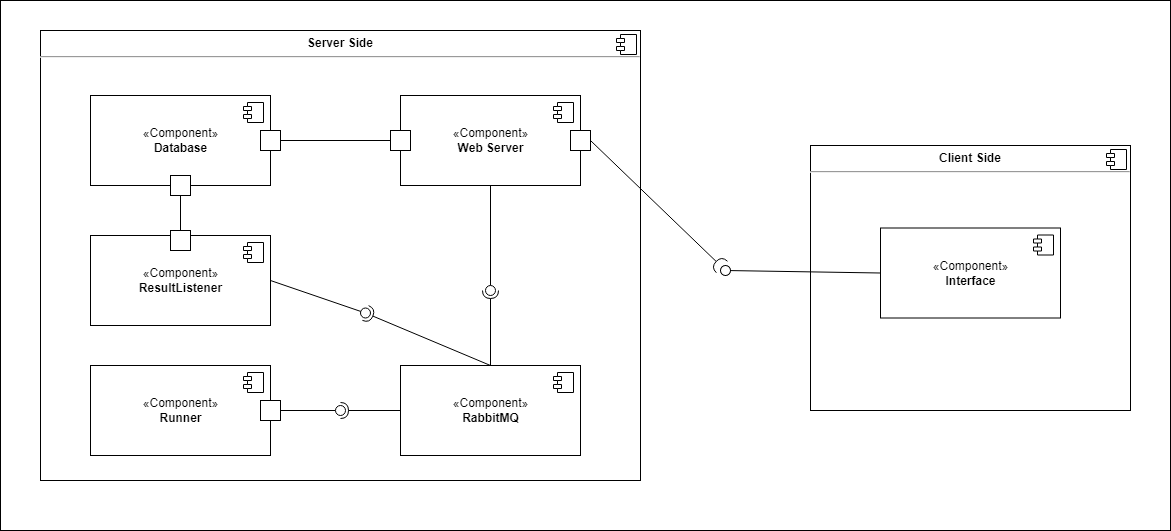
eshelukhina/HSE2022-MyHWProj keeps this draw.io diagram as resources/component.png. Above is the earlier version. Source tidied: cells renumbered, new cells last; positions are measured from the earlier drawing's top-left corner, leaving out a move shared by most shapes.
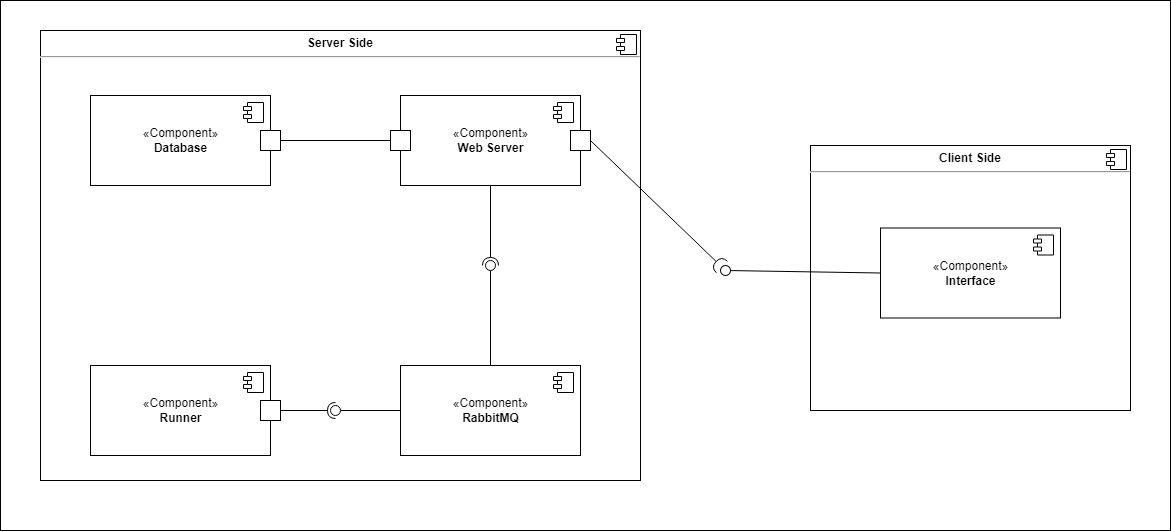
The same file after the commit.

Change to the diagram source:
```diff
@@ -82,60 +82,34 @@
       <mxGeometry x="390" y="130" width="20" height="20" as="geometry" />
     </mxCell>
     <mxCell id="23" style="rounded=0;whiteSpace=wrap;html=1;fontSize=12;" parent="1" vertex="1">
-      <mxGeometry x="170" y="175" width="20" height="20" as="geometry" />
+      <mxGeometry x="260" y="400" width="20" height="20" as="geometry" />
     </mxCell>
     <mxCell id="24" style="rounded=0;whiteSpace=wrap;html=1;fontSize=12;" parent="1" vertex="1">
-      <mxGeometry x="260" y="400" width="20" height="20" as="geometry" />
+      <mxGeometry x="260" y="130" width="20" height="20" as="geometry" />
     </mxCell>
     <mxCell id="25" style="rounded=0;whiteSpace=wrap;html=1;fontSize=12;" parent="1" vertex="1">
-      <mxGeometry x="260" y="130" width="20" height="20" as="geometry" />
+      <mxGeometry x="390" y="130" width="20" height="20" as="geometry" />
     </mxCell>
-    <mxCell id="26" style="rounded=0;whiteSpace=wrap;html=1;fontSize=12;" parent="1" vertex="1">
-      <mxGeometry x="390" y="130" width="20" height="20" as="geometry" />
+    <mxCell id="26" style="rounded=0;jettySize=auto;html=1;endArrow=none;endFill=0;sketch=0;sourcePerimeterSpacing=0;fontSize=12;exitX=1;exitY=0.5;exitDx=0;exitDy=0;entryX=0;entryY=0.5;entryDx=0;entryDy=0;" parent="1" edge="1" source="24" target="25">
+      <mxGeometry relative="1" as="geometry" />
     </mxCell>
-    <mxCell id="27" style="rounded=0;jettySize=auto;html=1;endArrow=none;endFill=0;sketch=0;sourcePerimeterSpacing=0;fontSize=12;exitX=1;exitY=0.5;exitDx=0;exitDy=0;entryX=0;entryY=0.5;entryDx=0;entryDy=0;" parent="1" edge="1" source="25" target="26">
+    <mxCell id="27" style="rounded=0;jettySize=auto;html=1;endArrow=none;endFill=0;sketch=0;sourcePerimeterSpacing=0;targetPerimeterSpacing=0;exitX=0.5;exitY=0;exitDx=0;exitDy=0;" parent="1" edge="1" source="13" target="29">
       <mxGeometry relative="1" as="geometry" />
     </mxCell>
-    <mxCell id="28" value="«Component»&lt;br&gt;&lt;b&gt;ResultListener&lt;/b&gt;" style="html=1;fontSize=12;" parent="1" vertex="1">
-      <mxGeometry x="90" y="235" width="180" height="90" as="geometry" />
+    <mxCell id="28" style="rounded=0;jettySize=auto;html=1;endArrow=halfCircle;endFill=0;entryX=0.5;entryY=0.5;endSize=6;strokeWidth=1;sketch=0;exitX=0.5;exitY=1;exitDx=0;exitDy=0;" parent="1" edge="1" source="17" target="29">
+      <mxGeometry relative="1" as="geometry" />
     </mxCell>
-    <mxCell id="29" style="shape=module;jettyWidth=8;jettyHeight=4;fontSize=12;" parent="28" vertex="1">
-      <mxGeometry x="1" width="20" height="20" relative="1" as="geometry">
-        <mxPoint x="-27" y="7" as="offset" />
-      </mxGeometry>
+    <mxCell id="29" style="ellipse;whiteSpace=wrap;html=1;align=center;points=[];outlineConnect=0;sketch=0;" parent="1" vertex="1">
+      <mxGeometry x="485" y="260" width="10" height="10" as="geometry" />
     </mxCell>
-    <mxCell id="30" style="rounded=0;whiteSpace=wrap;html=1;fontSize=12;" parent="1" vertex="1">
-      <mxGeometry x="170" y="230" width="20" height="20" as="geometry" />
+    <mxCell id="30" style="rounded=0;jettySize=auto;html=1;endArrow=none;endFill=0;sketch=0;sourcePerimeterSpacing=0;targetPerimeterSpacing=0;exitX=0;exitY=0.5;exitDx=0;exitDy=0;" parent="1" edge="1" source="13" target="32">
+      <mxGeometry relative="1" as="geometry" />
     </mxCell>
-    <mxCell id="31" style="rounded=0;jettySize=auto;html=1;endArrow=none;endFill=0;sketch=0;sourcePerimeterSpacing=0;fontSize=12;entryX=0.5;entryY=0;entryDx=0;entryDy=0;exitX=0.5;exitY=1;exitDx=0;exitDy=0;" parent="1" edge="1" source="23" target="30">
+    <mxCell id="31" style="rounded=0;jettySize=auto;html=1;endArrow=halfCircle;endFill=0;entryX=0.5;entryY=0.5;endSize=6;strokeWidth=1;sketch=0;exitX=1;exitY=0.5;exitDx=0;exitDy=0;" parent="1" edge="1" source="23" target="32">
       <mxGeometry relative="1" as="geometry" />
     </mxCell>
-    <mxCell id="32" style="rounded=0;jettySize=auto;html=1;endArrow=none;endFill=0;sketch=0;sourcePerimeterSpacing=0;targetPerimeterSpacing=0;exitX=0.5;exitY=1;exitDx=0;exitDy=0;" parent="1" edge="1" source="17" target="34">
-      <mxGeometry relative="1" as="geometry" />
+    <mxCell id="32" style="ellipse;whiteSpace=wrap;html=1;align=center;points=[];outlineConnect=0;sketch=0;" parent="1" vertex="1">
+      <mxGeometry x="330" y="405" width="10" height="10" as="geometry" />
     </mxCell>
-    <mxCell id="33" style="rounded=0;jettySize=auto;html=1;endArrow=halfCircle;endFill=0;entryX=0.5;entryY=0.5;endSize=6;strokeWidth=1;sketch=0;exitX=0.5;exitY=0;exitDx=0;exitDy=0;" parent="1" edge="1" source="13" target="34">
-      <mxGeometry relative="1" as="geometry" />
-    </mxCell>
-    <mxCell id="34" style="ellipse;whiteSpace=wrap;html=1;align=center;points=[];outlineConnect=0;sketch=0;" parent="1" vertex="1">
-      <mxGeometry x="485" y="285" width="10" height="10" as="geometry" />
-    </mxCell>
-    <mxCell id="35" style="rounded=0;jettySize=auto;html=1;endArrow=none;endFill=0;sketch=0;sourcePerimeterSpacing=0;targetPerimeterSpacing=0;exitX=1;exitY=0.5;exitDx=0;exitDy=0;" parent="1" edge="1" source="24" target="37">
-      <mxGeometry relative="1" as="geometry" />
-    </mxCell>
-    <mxCell id="36" style="rounded=0;jettySize=auto;html=1;endArrow=halfCircle;endFill=0;entryX=0.5;entryY=0.5;endSize=6;strokeWidth=1;sketch=0;exitX=0;exitY=0.5;exitDx=0;exitDy=0;" parent="1" edge="1" source="13" target="37">
-      <mxGeometry relative="1" as="geometry" />
-    </mxCell>
-    <mxCell id="37" style="ellipse;whiteSpace=wrap;html=1;align=center;points=[];outlineConnect=0;sketch=0;" parent="1" vertex="1">
-      <mxGeometry x="335" y="405" width="10" height="10" as="geometry" />
-    </mxCell>
-    <mxCell id="38" style="rounded=0;jettySize=auto;html=1;endArrow=none;endFill=0;sketch=0;sourcePerimeterSpacing=0;targetPerimeterSpacing=0;exitX=1;exitY=0.5;exitDx=0;exitDy=0;" parent="1" edge="1" source="28" target="40">
-      <mxGeometry relative="1" as="geometry" />
-    </mxCell>
-    <mxCell id="39" style="rounded=0;jettySize=auto;html=1;endArrow=halfCircle;endFill=0;entryX=0.5;entryY=0.5;endSize=6;strokeWidth=1;sketch=0;exitX=0.5;exitY=0;exitDx=0;exitDy=0;" parent="1" edge="1" source="13" target="40">
-      <mxGeometry relative="1" as="geometry" />
-    </mxCell>
-    <mxCell id="40" style="ellipse;whiteSpace=wrap;html=1;align=center;points=[];outlineConnect=0;sketch=0;" parent="1" vertex="1">
-      <mxGeometry x="360" y="307.5" width="10" height="10" as="geometry" />
-    </mxCell>
   </root>
 </mxGraphModel>
```
